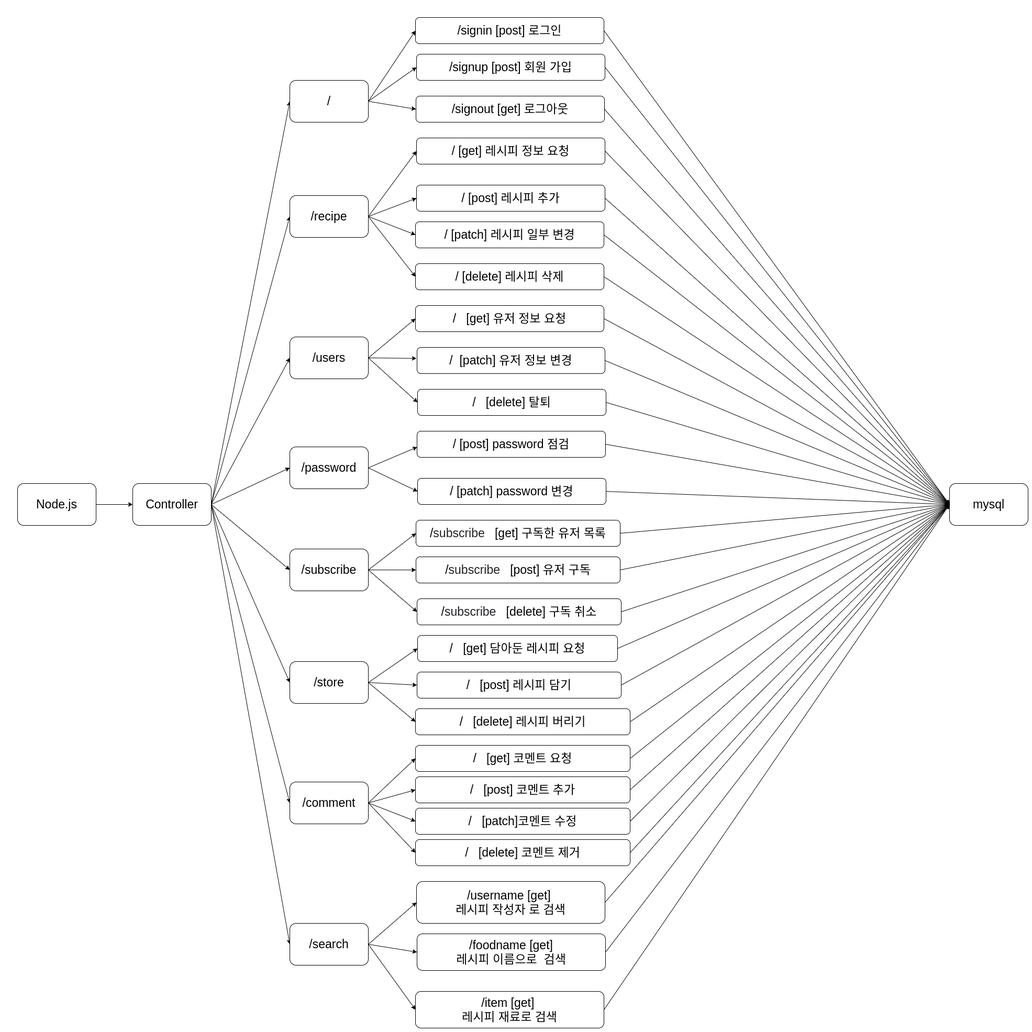
The draw.io diagram images/back_flow.png in triple486/Recipe_101-client-, before a commit. Source tidied: cells renumbered, new cells last; positions are measured from the earlier drawing's top-left corner, leaving out a move shared by most shapes.
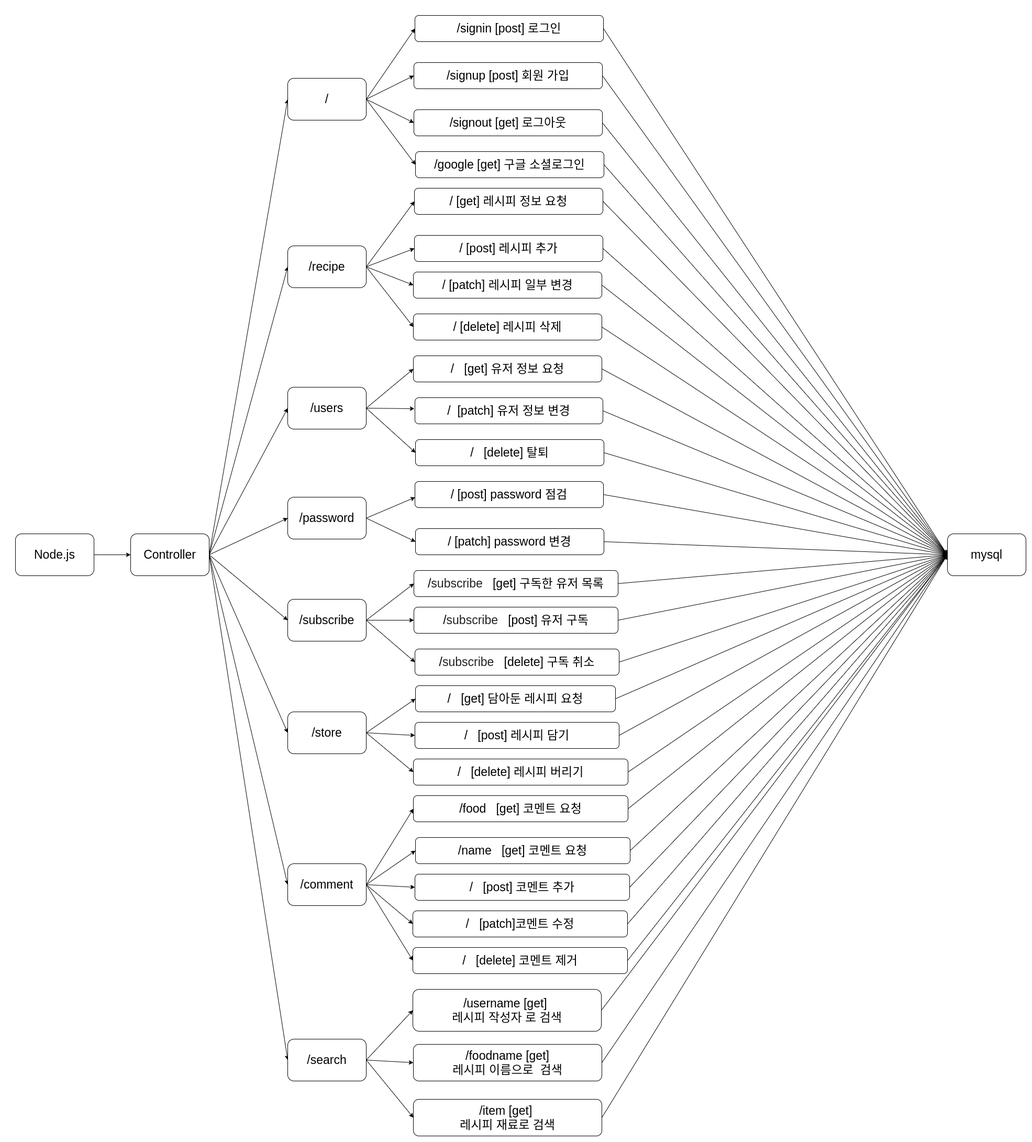
After the change.

The edit, as a diff of the source:
```diff
@@ -43,8 +43,11 @@
     <mxCell id="14" value="Controller" style="text;html=1;align=center;verticalAlign=middle;whiteSpace=wrap;rounded=1;strokeColor=#000000;fontSize=23;fillColor=#ffffff;" parent="1" vertex="1">
       <mxGeometry x="220" y="890" width="150" height="80" as="geometry" />
     </mxCell>
+    <mxCell id="100" style="rounded=0;jettySize=auto;html=1;exitX=1;exitY=0.5;exitDx=0;exitDy=0;entryX=0;entryY=0.5;entryDx=0;entryDy=0;" parent="1" edge="1" source="15" target="105">
+      <mxGeometry relative="1" as="geometry" />
+    </mxCell>
     <mxCell id="15" value="/" style="text;html=1;align=center;verticalAlign=middle;whiteSpace=wrap;rounded=1;strokeColor=#000000;fontSize=23;fillColor=#ffffff;" parent="1" vertex="1">
-      <mxGeometry x="520" y="120" width="150" height="80" as="geometry" />
+      <mxGeometry x="520" y="20" width="150" height="80" as="geometry" />
     </mxCell>
     <mxCell id="16" style="edgeStyle=none;rounded=0;jettySize=auto;html=1;exitX=1;exitY=0.5;exitDx=0;exitDy=0;entryX=0;entryY=0.5;entryDx=0;entryDy=0;fontSize=23;startArrow=none;startFill=0;endArrow=classic;endFill=1;" parent="1" edge="1" source="29" target="43">
       <mxGeometry relative="1" as="geometry" />
@@ -89,13 +92,13 @@
       <mxGeometry x="520" y="610" width="150" height="80" as="geometry" />
     </mxCell>
     <mxCell id="30" value="/search" style="text;html=1;align=center;verticalAlign=middle;whiteSpace=wrap;rounded=1;strokeColor=#000000;fontSize=23;fillColor=#ffffff;" parent="1" vertex="1">
-      <mxGeometry x="520" y="1730" width="150" height="80" as="geometry" />
+      <mxGeometry x="520" y="1855" width="150" height="80" as="geometry" />
     </mxCell>
     <mxCell id="31" style="edgeStyle=none;rounded=0;jettySize=auto;html=1;entryX=0;entryY=0.5;entryDx=0;entryDy=0;fontSize=23;startArrow=none;startFill=0;endArrow=classic;endFill=1;exitX=1;exitY=0.5;exitDx=0;exitDy=0;" parent="1" edge="1" source="32" target="71">
       <mxGeometry relative="1" as="geometry" />
     </mxCell>
     <mxCell id="32" value="/signin [post] 로그인" style="text;html=1;align=center;verticalAlign=middle;whiteSpace=wrap;rounded=1;strokeColor=#000000;fontSize=23;fillColor=#ffffff;" parent="1" vertex="1">
-      <mxGeometry x="760" width="360" height="50" as="geometry" />
+      <mxGeometry x="763" y="-100" width="360" height="50" as="geometry" />
     </mxCell>
     <mxCell id="33" style="rounded=0;jettySize=auto;html=1;entryX=1;entryY=0.5;entryDx=0;entryDy=0;fontSize=23;startArrow=classic;startFill=1;exitX=0;exitY=0.5;exitDx=0;exitDy=0;endArrow=none;endFill=0;" parent="1" edge="1" source="35" target="15">
       <mxGeometry relative="1" as="geometry" />
@@ -104,13 +107,13 @@
       <mxGeometry relative="1" as="geometry" />
     </mxCell>
     <mxCell id="35" value="/signout [get] 로그아웃" style="text;html=1;align=center;verticalAlign=middle;whiteSpace=wrap;rounded=1;strokeColor=#000000;fontSize=23;fillColor=#ffffff;" parent="1" vertex="1">
-      <mxGeometry x="761" y="150" width="360" height="50" as="geometry" />
+      <mxGeometry x="761" y="80" width="360" height="50" as="geometry" />
     </mxCell>
     <mxCell id="36" style="edgeStyle=none;rounded=0;jettySize=auto;html=1;entryX=0;entryY=0.5;entryDx=0;entryDy=0;fontSize=23;startArrow=none;startFill=0;endArrow=classic;endFill=1;exitX=1;exitY=0.5;exitDx=0;exitDy=0;" parent="1" edge="1" source="37" target="71">
       <mxGeometry relative="1" as="geometry" />
     </mxCell>
     <mxCell id="37" value="/signup [post] 회원 가입" style="text;html=1;align=center;verticalAlign=middle;whiteSpace=wrap;rounded=1;strokeColor=#000000;fontSize=23;fillColor=#ffffff;" parent="1" vertex="1">
-      <mxGeometry x="762" y="70" width="360" height="50" as="geometry" />
+      <mxGeometry x="761" y="-10" width="360" height="50" as="geometry" />
     </mxCell>
     <mxCell id="38" style="edgeStyle=none;rounded=0;jettySize=auto;html=1;exitX=1;exitY=0.5;exitDx=0;exitDy=0;fontSize=23;startArrow=none;startFill=0;endArrow=classic;endFill=1;entryX=0;entryY=0.5;entryDx=0;entryDy=0;" parent="1" edge="1" source="39" target="71">
       <mxGeometry relative="1" as="geometry" />
@@ -161,7 +164,7 @@
       <mxGeometry relative="1" as="geometry" />
     </mxCell>
     <mxCell id="54" value="/username [get] &lt;br&gt;레시피 작성자 로 검색" style="text;html=1;align=center;verticalAlign=middle;whiteSpace=wrap;rounded=1;strokeColor=#000000;fontSize=23;fillColor=#ffffff;" parent="1" vertex="1">
-      <mxGeometry x="762" y="1650" width="360" height="80" as="geometry" />
+      <mxGeometry x="759" y="1760" width="360" height="80" as="geometry" />
     </mxCell>
     <mxCell id="55" style="edgeStyle=none;rounded=0;jettySize=auto;html=1;fontSize=23;startArrow=classic;startFill=1;endArrow=none;endFill=0;entryX=1;entryY=0.5;entryDx=0;entryDy=0;exitX=0;exitY=0.5;exitDx=0;exitDy=0;" parent="1" edge="1" source="57" target="30">
       <mxGeometry relative="1" as="geometry" />
@@ -170,7 +173,7 @@
       <mxGeometry relative="1" as="geometry" />
     </mxCell>
     <mxCell id="57" value="/foodname&amp;nbsp;[get]&lt;br&gt;레시피 이름으로&amp;nbsp; 검색" style="text;html=1;align=center;verticalAlign=middle;whiteSpace=wrap;rounded=1;strokeColor=#000000;fontSize=23;fillColor=#ffffff;" parent="1" vertex="1">
-      <mxGeometry x="763" y="1750" width="360" height="70" as="geometry" />
+      <mxGeometry x="760" y="1865" width="360" height="70" as="geometry" />
     </mxCell>
     <mxCell id="58" style="edgeStyle=none;rounded=0;jettySize=auto;html=1;entryX=1;entryY=0.5;entryDx=0;entryDy=0;fontSize=23;startArrow=classic;startFill=1;endArrow=none;endFill=0;exitX=0;exitY=0.5;exitDx=0;exitDy=0;" parent="1" edge="1" source="60" target="30">
       <mxGeometry relative="1" as="geometry" />
@@ -179,7 +182,7 @@
       <mxGeometry relative="1" as="geometry" />
     </mxCell>
     <mxCell id="60" value="/item&amp;nbsp;[get] &lt;br&gt;레시피 재료로 검색" style="text;html=1;align=center;verticalAlign=middle;whiteSpace=wrap;rounded=1;strokeColor=#000000;fontSize=23;fillColor=#ffffff;" parent="1" vertex="1">
-      <mxGeometry x="760" y="1860" width="360" height="70" as="geometry" />
+      <mxGeometry x="760" y="1970" width="360" height="70" as="geometry" />
     </mxCell>
     <mxCell id="61" style="edgeStyle=none;rounded=0;orthogonalLoop=1;jettySize=auto;html=1;exitX=0.25;exitY=0;exitDx=0;exitDy=0;fontSize=23;startArrow=classic;startFill=1;endArrow=none;endFill=0;" parent="1" edge="1" source="60" target="60">
       <mxGeometry relative="1" as="geometry" />
@@ -266,7 +269,7 @@
     <mxCell id="87" style="edgeStyle=none;rounded=0;jettySize=auto;html=1;exitX=1;exitY=0.5;exitDx=0;exitDy=0;entryX=0;entryY=0.5;entryDx=0;entryDy=0;" parent="1" edge="1" source="88" target="71">
       <mxGeometry relative="1" as="geometry" />
     </mxCell>
-    <mxCell id="88" value="/&amp;nbsp; &amp;nbsp;[get] 코멘트 요청" style="text;html=1;align=center;verticalAlign=middle;whiteSpace=wrap;rounded=1;strokeColor=#000000;fontSize=23;fillColor=#ffffff;" parent="1" vertex="1">
+    <mxCell id="88" value="/food&amp;nbsp; &amp;nbsp;[get] 코멘트 요청" style="text;html=1;align=center;verticalAlign=middle;whiteSpace=wrap;rounded=1;strokeColor=#000000;fontSize=23;fillColor=#ffffff;" parent="1" vertex="1">
       <mxGeometry x="760" y="1390" width="410" height="50" as="geometry" />
     </mxCell>
     <mxCell id="89" style="edgeStyle=none;rounded=0;jettySize=auto;html=1;exitX=1;exitY=0.5;exitDx=0;exitDy=0;" parent="1" edge="1" source="90">
@@ -275,22 +278,25 @@
       </mxGeometry>
     </mxCell>
     <mxCell id="90" value="/&amp;nbsp; &amp;nbsp;[post] 코멘트 추가" style="text;html=1;align=center;verticalAlign=middle;whiteSpace=wrap;rounded=1;strokeColor=#000000;fontSize=23;fillColor=#ffffff;" parent="1" vertex="1">
-      <mxGeometry x="760" y="1450" width="410" height="50" as="geometry" />
+      <mxGeometry x="763" y="1540" width="410" height="50" as="geometry" />
     </mxCell>
     <mxCell id="91" style="edgeStyle=none;rounded=0;jettySize=auto;html=1;exitX=1;exitY=0.5;exitDx=0;exitDy=0;entryX=0;entryY=0.5;entryDx=0;entryDy=0;" parent="1" edge="1" source="92" target="71">
       <mxGeometry relative="1" as="geometry" />
     </mxCell>
     <mxCell id="92" value="/&amp;nbsp; &amp;nbsp;[patch]코멘트 수정" style="text;html=1;align=center;verticalAlign=middle;whiteSpace=wrap;rounded=1;strokeColor=#000000;fontSize=23;fillColor=#ffffff;" parent="1" vertex="1">
-      <mxGeometry x="760" y="1510" width="410" height="50" as="geometry" />
+      <mxGeometry x="759" y="1610" width="410" height="50" as="geometry" />
     </mxCell>
     <mxCell id="93" style="edgeStyle=none;rounded=0;jettySize=auto;html=1;exitX=1;exitY=0.5;exitDx=0;exitDy=0;entryX=0;entryY=0.5;entryDx=0;entryDy=0;" parent="1" edge="1" source="94" target="71">
       <mxGeometry relative="1" as="geometry" />
     </mxCell>
     <mxCell id="94" value="/&amp;nbsp; &amp;nbsp;[delete] 코멘트 제거" style="text;html=1;align=center;verticalAlign=middle;whiteSpace=wrap;rounded=1;strokeColor=#000000;fontSize=23;fillColor=#ffffff;" parent="1" vertex="1">
-      <mxGeometry x="760" y="1570" width="410" height="50" as="geometry" />
+      <mxGeometry x="759" y="1680" width="410" height="50" as="geometry" />
     </mxCell>
+    <mxCell id="101" style="edgeStyle=none;rounded=0;jettySize=auto;html=1;exitX=1;exitY=0.5;exitDx=0;exitDy=0;entryX=0;entryY=0.5;entryDx=0;entryDy=0;" parent="1" edge="1" source="95" target="103">
+      <mxGeometry relative="1" as="geometry" />
+    </mxCell>
     <mxCell id="95" value="/comment" style="text;html=1;align=center;verticalAlign=middle;whiteSpace=wrap;rounded=1;strokeColor=#000000;fontSize=23;fillColor=#ffffff;" parent="1" vertex="1">
-      <mxGeometry x="520" y="1460" width="150" height="80" as="geometry" />
+      <mxGeometry x="520" y="1520" width="150" height="80" as="geometry" />
     </mxCell>
     <mxCell id="96" value="/store" style="text;html=1;align=center;verticalAlign=middle;whiteSpace=wrap;rounded=1;strokeColor=#000000;fontSize=23;fillColor=#ffffff;" parent="1" vertex="1">
       <mxGeometry x="520" y="1230" width="150" height="80" as="geometry" />
@@ -304,5 +310,17 @@
     <mxCell id="99" value="/password" style="text;html=1;align=center;verticalAlign=middle;whiteSpace=wrap;rounded=1;strokeColor=#000000;fontSize=23;fillColor=#ffffff;" parent="1" vertex="1">
       <mxGeometry x="520" y="820" width="150" height="80" as="geometry" />
     </mxCell>
+    <mxCell id="102" style="edgeStyle=none;rounded=0;jettySize=auto;html=1;exitX=1;exitY=0.5;exitDx=0;exitDy=0;entryX=0;entryY=0.5;entryDx=0;entryDy=0;" parent="1" edge="1" source="103" target="71">
+      <mxGeometry relative="1" as="geometry" />
+    </mxCell>
+    <mxCell id="103" value="/name&amp;nbsp; &amp;nbsp;[get] 코멘트 요청" style="text;html=1;align=center;verticalAlign=middle;whiteSpace=wrap;rounded=1;strokeColor=#000000;fontSize=23;fillColor=#ffffff;" parent="1" vertex="1">
+      <mxGeometry x="764" y="1470" width="410" height="50" as="geometry" />
+    </mxCell>
+    <mxCell id="104" style="edgeStyle=none;rounded=0;jettySize=auto;html=1;exitX=1;exitY=0.5;exitDx=0;exitDy=0;entryX=0;entryY=0.5;entryDx=0;entryDy=0;" parent="1" edge="1" source="105" target="71">
+      <mxGeometry relative="1" as="geometry" />
+    </mxCell>
+    <mxCell id="105" value="/google [get] 구글 소셜로그인" style="text;html=1;align=center;verticalAlign=middle;whiteSpace=wrap;rounded=1;strokeColor=#000000;fontSize=23;fillColor=#ffffff;" parent="1" vertex="1">
+      <mxGeometry x="764" y="160" width="360" height="50" as="geometry" />
+    </mxCell>
   </root>
 </mxGraphModel>
```
